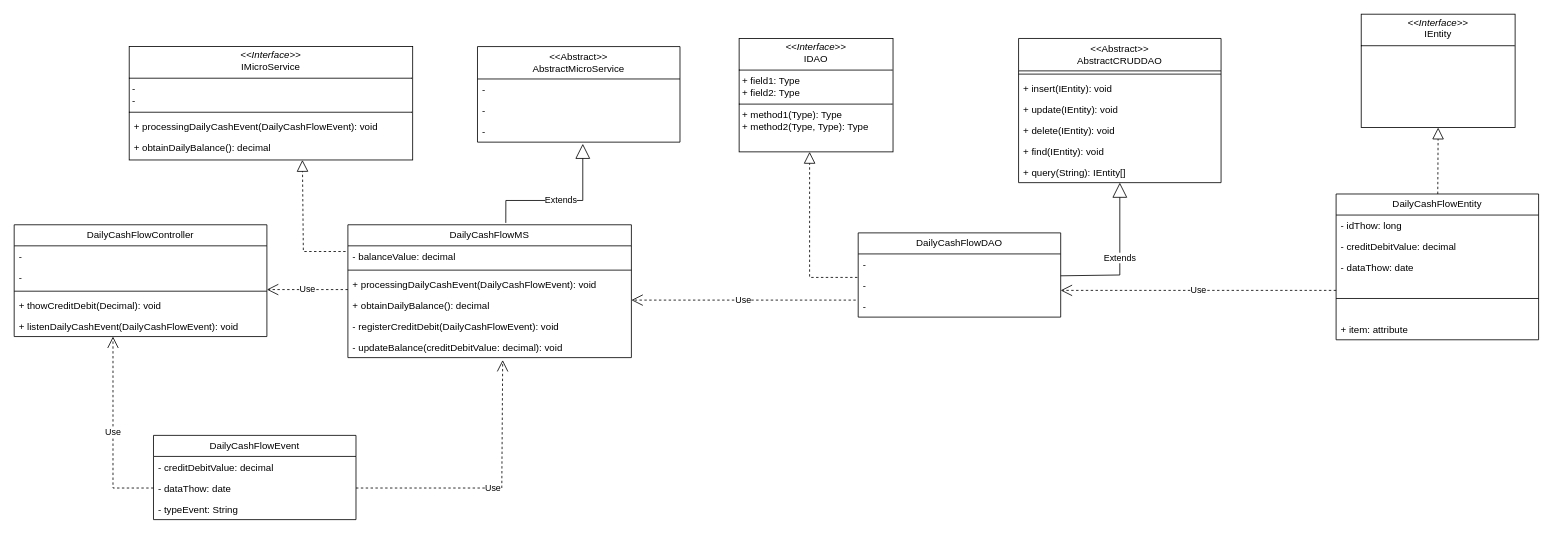
Earlier version of the draw.io diagram page "Software Class Diagram" (2 of 3) of documentation/DailyCashFlowArchitecture.drawio (wellamaral2007/DailyCashFlowAPI). Source tidied: cells renumbered, new cells numbered last; positions are measured from the earlier drawing's top-left corner, leaving out a move shared by most shapes. Both pictures are drawn from the tidied source at 81%, with x=0, y=0 at pixel (14, 14).
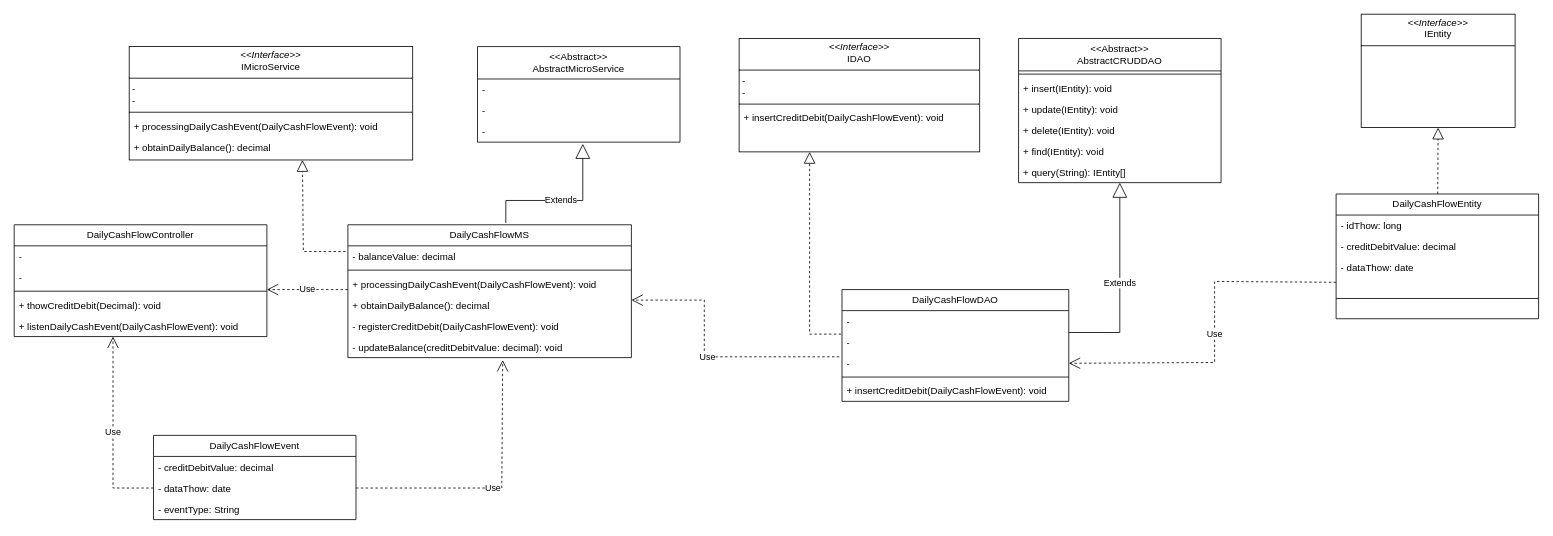
Above is the later version.

The change refers to these unchanged cells:
```xml
<mxCell id="30" value="&amp;lt;&amp;lt;Abstract&amp;gt;&amp;gt;&lt;div&gt;AbstractCRUDDAO&lt;/div&gt;" style="swimlane;fontStyle=0;horizontal=1;startSize=40;fillColor=none;whiteSpace=wrap;html=1;" parent="1" vertex="1">
  <mxGeometry x="1240" y="30" width="250" height="178" as="geometry" />
</mxCell>
<mxCell id="44" value="DailyCashFlowEvent" style="swimlane;fontStyle=0;horizontal=1;startSize=26;fillColor=none;whiteSpace=wrap;html=1;" parent="1" vertex="1">
  <mxGeometry x="172" y="520" width="250" height="104" as="geometry" />
</mxCell>
```

Diff of the diagram source:
```diff
@@
     <mxCell id="19" value="DailyCashFlowEntity" style="swimlane;fontStyle=0;horizontal=1;startSize=26;fillColor=none;whiteSpace=wrap;html=1;" parent="1" vertex="1">
-      <mxGeometry x="1632" y="222" width="250" height="180" as="geometry" />
+      <mxGeometry x="1632" y="222" width="250" height="154" as="geometry" />
     </mxCell>
@@
-    <mxCell id="24" value="+ item: attribute" style="text;strokeColor=none;fillColor=none;align=left;verticalAlign=top;spacingLeft=4;spacingRight=4;overflow=hidden;whiteSpace=wrap;html=1;" parent="19" vertex="1">
-      <mxGeometry y="154" width="250" height="26" as="geometry" />
-    </mxCell>
@@
     <mxCell id="26" value="DailyCashFlowDAO" style="swimlane;fontStyle=0;horizontal=1;startSize=26;fillColor=none;whiteSpace=wrap;html=1;" parent="1" vertex="1">
-      <mxGeometry x="1042" y="270" width="250" height="104" as="geometry" />
+      <mxGeometry x="1022" y="340" width="280" height="138" as="geometry" />
     </mxCell>
     <mxCell id="27" value="-" style="text;strokeColor=none;fillColor=none;align=left;verticalAlign=top;spacingLeft=4;spacingRight=4;overflow=hidden;points=[[0,0.5],[1,0.5]];portConstraint=eastwest;whiteSpace=wrap;html=1;" parent="26" vertex="1">
-      <mxGeometry y="26" width="250" height="26" as="geometry" />
+      <mxGeometry y="26" width="280" height="26" as="geometry" />
     </mxCell>
     <mxCell id="28" value="-" style="text;strokeColor=none;fillColor=none;align=left;verticalAlign=top;spacingLeft=4;spacingRight=4;overflow=hidden;points=[[0,0.5],[1,0.5]];portConstraint=eastwest;whiteSpace=wrap;html=1;" parent="26" vertex="1">
-      <mxGeometry y="52" width="250" height="26" as="geometry" />
+      <mxGeometry y="52" width="280" height="26" as="geometry" />
     </mxCell>
     <mxCell id="29" value="-" style="text;strokeColor=none;fillColor=none;align=left;verticalAlign=top;spacingLeft=4;spacingRight=4;overflow=hidden;points=[[0,0.5],[1,0.5]];portConstraint=eastwest;whiteSpace=wrap;html=1;" parent="26" vertex="1">
-      <mxGeometry y="78" width="250" height="26" as="geometry" />
+      <mxGeometry y="78" width="280" height="26" as="geometry" />
     </mxCell>
+    <mxCell id="55" style="line;strokeWidth=1;fillColor=none;align=left;verticalAlign=middle;spacingTop=-1;spacingLeft=3;spacingRight=3;labelPosition=right;strokeColor=inherit;" parent="26" vertex="1">
+      <mxGeometry y="104" width="280" height="8" as="geometry" />
+    </mxCell>
+    <mxCell id="56" value="+ insertCreditDebit(DailyCashFlowEvent): void&lt;div&gt;&lt;br&gt;&lt;/div&gt;" style="text;strokeColor=none;fillColor=none;align=left;verticalAlign=top;spacingLeft=4;spacingRight=4;overflow=hidden;whiteSpace=wrap;html=1;" parent="26" vertex="1">
+      <mxGeometry y="112" width="280" height="26" as="geometry" />
+    </mxCell>
@@
-    <mxCell id="37" value="&lt;p style=&quot;margin:0px;margin-top:4px;text-align:center;&quot;&gt;&lt;i&gt;&amp;lt;&amp;lt;Interface&amp;gt;&amp;gt;&lt;/i&gt;&lt;br&gt;IDAO&lt;br&gt;&lt;/p&gt;&lt;hr size=&quot;1&quot; style=&quot;border-style:solid;&quot;&gt;&lt;p style=&quot;margin:0px;margin-left:4px;&quot;&gt;+ field1: Type&lt;br&gt;+ field2: Type&lt;/p&gt;&lt;hr size=&quot;1&quot; style=&quot;border-style:solid;&quot;&gt;&lt;p style=&quot;margin:0px;margin-left:4px;&quot;&gt;+ method1(Type): Type&lt;br&gt;+ method2(Type, Type): Type&lt;/p&gt;" style="verticalAlign=top;align=left;overflow=fill;html=1;whiteSpace=wrap;" parent="1" vertex="1">
-      <mxGeometry x="895" y="30" width="190" height="140" as="geometry" />
+    <mxCell id="37" value="&lt;p style=&quot;margin:0px;margin-top:4px;text-align:center;&quot;&gt;&lt;i&gt;&amp;lt;&amp;lt;Interface&amp;gt;&amp;gt;&lt;/i&gt;&lt;br&gt;IDAO&lt;br&gt;&lt;/p&gt;&lt;hr size=&quot;1&quot; style=&quot;border-style:solid;&quot;&gt;&lt;p style=&quot;margin:0px;margin-left:4px;&quot;&gt;-&lt;br&gt;-&lt;/p&gt;&lt;hr size=&quot;1&quot; style=&quot;border-style:solid;&quot;&gt;&lt;p style=&quot;margin:0px;margin-left:4px;&quot;&gt;&lt;br&gt;&lt;/p&gt;" style="verticalAlign=top;align=left;overflow=fill;html=1;whiteSpace=wrap;" parent="1" vertex="1">
+      <mxGeometry x="895" y="30" width="297" height="140" as="geometry" />
     </mxCell>
@@
     <mxCell id="39" value="Extends" style="endArrow=block;endSize=16;endFill=0;html=1;rounded=0;exitX=1;exitY=1.038;exitDx=0;exitDy=0;exitPerimeter=0;" parent="1" edge="1" source="27" target="30">
       <mxGeometry relative="1" as="geometry">
         <Array as="points">
+          <mxPoint x="1365" y="393" />
           <mxPoint x="1365" y="322" />
         </Array>
       </mxGeometry>
     </mxCell>
@@
     <mxCell id="43" style="endArrow=block;dashed=1;endFill=0;endSize=12;html=1;rounded=0;entryX=0.5;entryY=1;entryDx=0;entryDy=0;exitX=-0.004;exitY=0.115;exitDx=0;exitDy=0;exitPerimeter=0;" parent="1" edge="1" source="28">
       <mxGeometry relative="1" as="geometry">
         <mxPoint x="982" y="170" as="targetPoint" />
         <Array as="points">
-          <mxPoint x="982" y="325" />
+          <mxPoint x="982" y="395" />
         </Array>
       </mxGeometry>
     </mxCell>
@@
-    <mxCell id="47" value="- typeEvent: String" style="text;strokeColor=none;fillColor=none;align=left;verticalAlign=top;spacingLeft=4;spacingRight=4;overflow=hidden;whiteSpace=wrap;html=1;" parent="44" vertex="1">
+    <mxCell id="47" value="- eventType: String" style="text;strokeColor=none;fillColor=none;align=left;verticalAlign=top;spacingLeft=4;spacingRight=4;overflow=hidden;whiteSpace=wrap;html=1;" parent="44" vertex="1">
       <mxGeometry y="78" width="250" height="26" as="geometry" />
     </mxCell>
@@
-    <mxCell id="49" value="Use" style="endArrow=open;endSize=12;dashed=1;html=1;rounded=0;entryX=-0.012;entryY=0.192;entryDx=0;entryDy=0;entryPerimeter=0;" parent="1" edge="1">
+    <mxCell id="49" value="Use" style="endArrow=open;endSize=12;dashed=1;html=1;rounded=0;entryX=1;entryY=0.5;entryDx=0;entryDy=0;" parent="1" edge="1" target="29">
       <mxGeometry relative="1" as="geometry">
-        <mxPoint x="1632" y="341" as="sourcePoint" />
-        <mxPoint x="1292" y="341" as="targetPoint" />
+        <mxPoint x="1632" y="331" as="sourcePoint" />
+        <Array as="points">
+          <mxPoint x="1482" y="330" />
+          <mxPoint x="1482" y="430" />
+        </Array>
       </mxGeometry>
     </mxCell>
@@
     <mxCell id="52" value="Use" style="endArrow=open;endSize=12;dashed=1;html=1;rounded=0;exitX=-0.012;exitY=0.192;exitDx=0;exitDy=0;exitPerimeter=0;" parent="1" edge="1" source="29">
       <mxGeometry relative="1" as="geometry">
         <mxPoint x="762" y="353" as="targetPoint" />
+        <Array as="points">
+          <mxPoint x="852" y="423" />
+          <mxPoint x="852" y="353" />
+        </Array>
       </mxGeometry>
     </mxCell>
@@
+    <mxCell id="57" value="+ insertCreditDebit(DailyCashFlowEvent): void&lt;div&gt;&lt;br&gt;&lt;/div&gt;" style="text;strokeColor=none;fillColor=none;align=left;verticalAlign=top;spacingLeft=4;spacingRight=4;overflow=hidden;whiteSpace=wrap;html=1;" parent="1" vertex="1">
+      <mxGeometry x="895" y="114" width="350" height="26" as="geometry" />
+    </mxCell>
```
